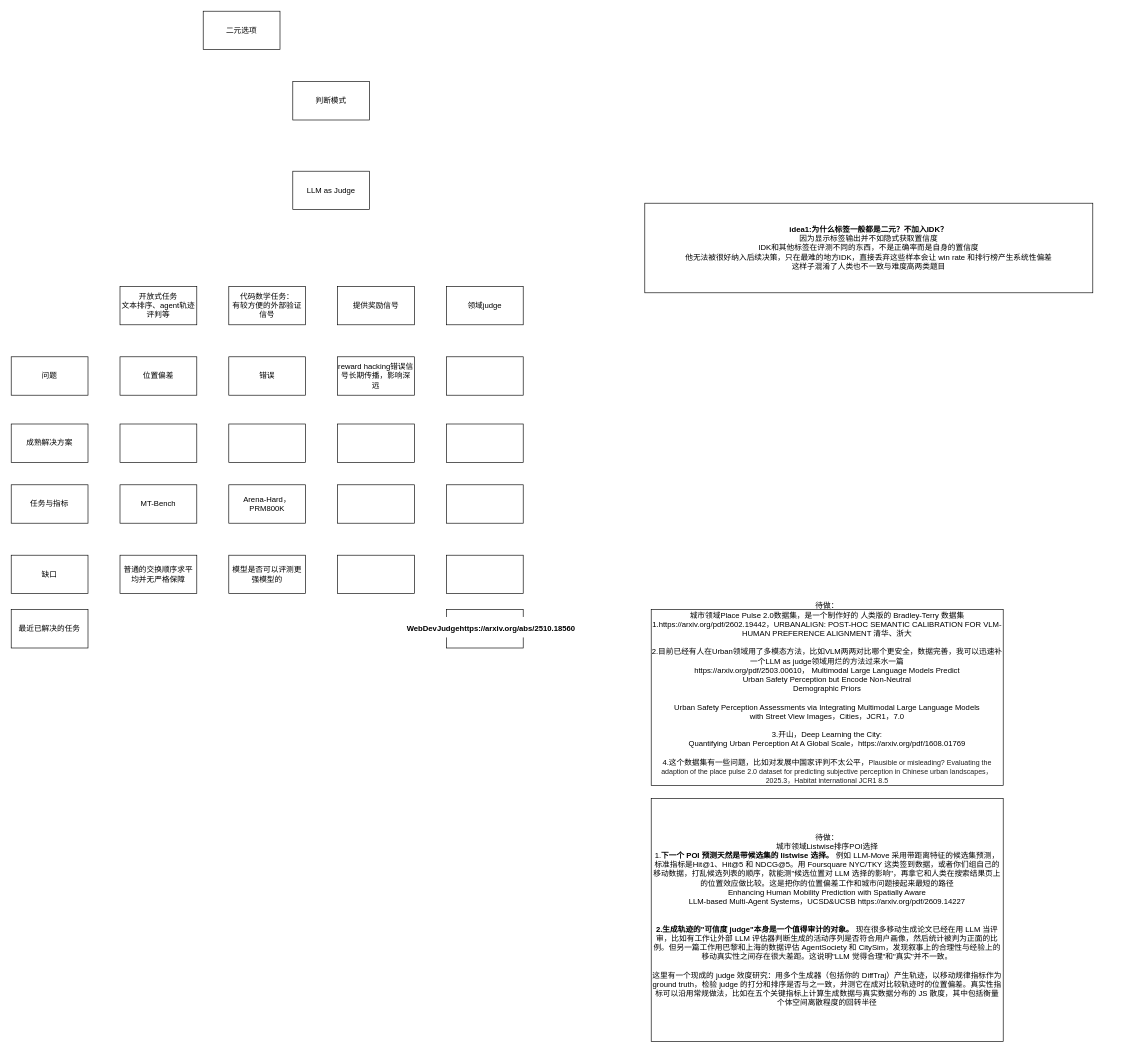
shawnguo327/Draw-io-cloud keeps this draw.io diagram as LLM as Judge整理.drawio. Above is the earlier version. Source tidied: cells renumbered, new cells numbered last; positions are measured from the earlier drawing's top-left corner, leaving out a move shared by most shapes. Both pictures are drawn from the tidied source at 64%, with x=0, y=0 at pixel (11, 11).
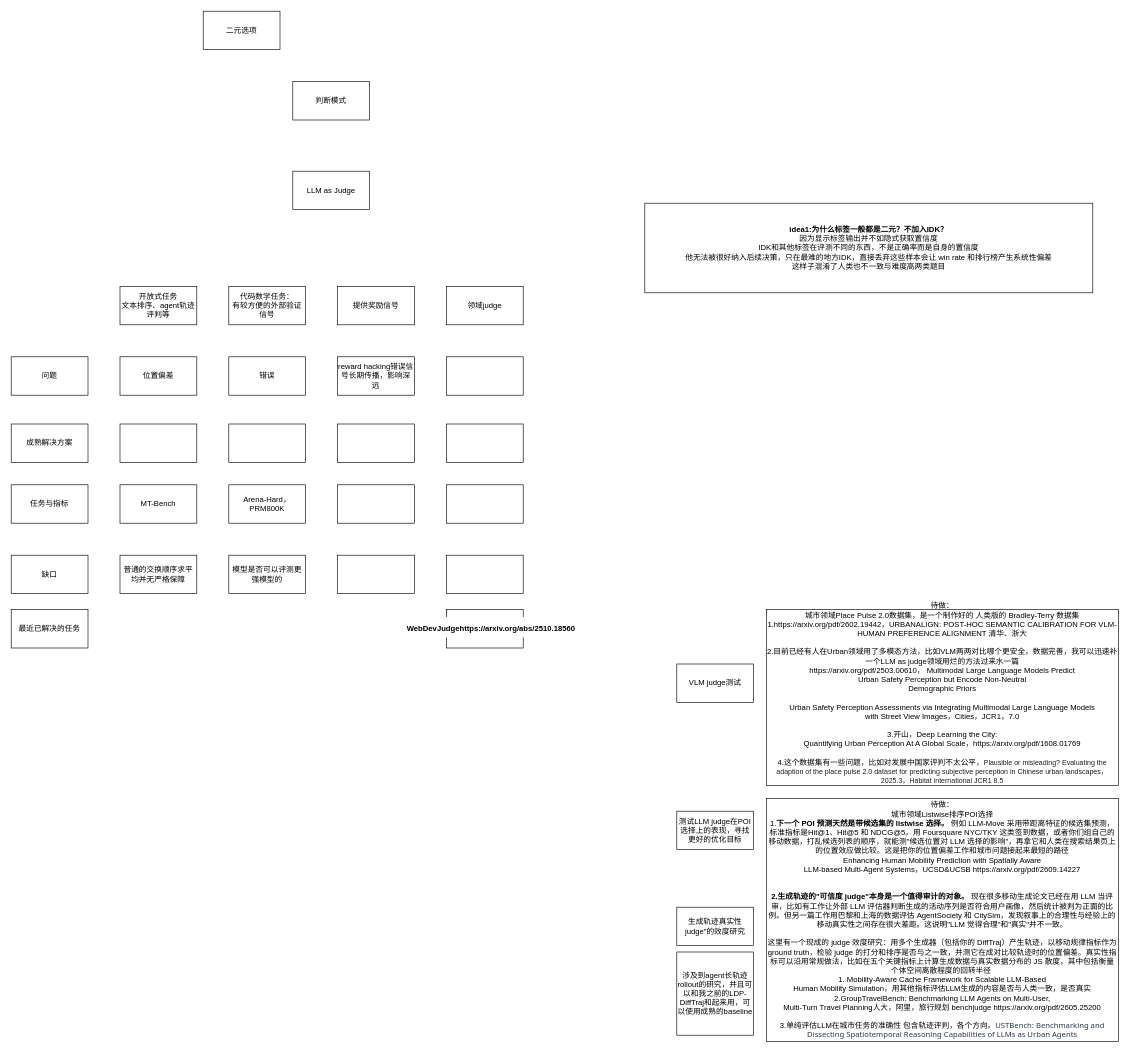
The same page after the edit.

Change to the diagram source:
```diff
@@
     <mxCell id="32" value="待做：&lt;div&gt;城市领域Place Pulse 2.0数据集，是一个制作好的 人类版的 Bradley-Terry 数据集&lt;br&gt;&lt;div&gt;&lt;span style=&quot;background-color: transparent; color: light-dark(#000000, var(--ge-light-color, #ffffff));&quot;&gt;1.&lt;/span&gt;&lt;span style=&quot;background-color: transparent; color: light-dark(#000000, var(--ge-light-color, #ffffff));&quot;&gt;https://arxiv.org/pdf/2602.19442，&lt;/span&gt;&lt;span style=&quot;background-color: transparent; color: light-dark(#000000, var(--ge-light-color, #ffffff));&quot;&gt;URBANALIGN: POST-HOC SEMANTIC CALIBRATION FOR VLM-HUMAN PREFERENCE ALIGNMENT 清华、浙大&lt;/span&gt;&lt;/div&gt;&lt;div&gt;&lt;br&gt;&lt;/div&gt;&lt;div&gt;2.&lt;span style=&quot;background-color: transparent; color: light-dark(#000000, var(--ge-light-color, #ffffff));&quot;&gt;目前已经有人在Urban领域用了多模态方法，比如VLM两两对比哪个更安全，数据完善，我可以迅速补一个LLM as judge领域用烂的方法过来水一篇&lt;/span&gt;&lt;/div&gt;&lt;div&gt;&lt;div&gt;https://arxiv.org/pdf/2503.00610，&amp;nbsp;&lt;span style=&quot;background-color: transparent; color: light-dark(#000000, var(--ge-light-color, #ffffff));&quot;&gt;Multimodal Large Language Models Predict&lt;br&gt;Urban Safety Perception but Encode Non-Neutral&lt;br&gt;Demographic Priors&lt;/span&gt;&lt;/div&gt;&lt;/div&gt;&lt;div&gt;&lt;span style=&quot;background-color: transparent; color: light-dark(#000000, var(--ge-light-color, #ffffff));&quot;&gt;&lt;br&gt;&lt;/span&gt;&lt;/div&gt;&lt;div&gt;Urban Safety Perception Assessments via Integrating Multimodal Large Language Models&lt;br/&gt;with Street View Images，Cities，JCR1，7.0&lt;span style=&quot;background-color: transparent; color: light-dark(#000000, var(--ge-light-color, #ffffff));&quot;&gt;&lt;/span&gt;&lt;/div&gt;&lt;div&gt;&lt;span style=&quot;background-color: transparent; color: light-dark(#000000, var(--ge-light-color, #ffffff));&quot;&gt;&lt;br&gt;&lt;/span&gt;&lt;/div&gt;&lt;div&gt;&lt;span style=&quot;background-color: transparent; color: light-dark(#000000, var(--ge-light-color, #ffffff));&quot;&gt;3.开山，&lt;/span&gt;&lt;span style=&quot;background-color: transparent; color: light-dark(#000000, var(--ge-light-color, #ffffff));&quot;&gt;Deep Learning the City:&lt;br&gt;Quantifying Urban Perception At A Global Scale，&lt;/span&gt;&lt;span style=&quot;background-color: transparent; color: light-dark(#000000, var(--ge-light-color, #ffffff));&quot;&gt;https://arxiv.org/pdf/1608.01769&lt;/span&gt;&lt;/div&gt;&lt;div&gt;&lt;span style=&quot;background-color: transparent; color: light-dark(#000000, var(--ge-light-color, #ffffff));&quot;&gt;&lt;br&gt;&lt;/span&gt;&lt;/div&gt;&lt;div&gt;&lt;span style=&quot;background-color: transparent; color: light-dark(#000000, var(--ge-light-color, #ffffff));&quot;&gt;4.这个数据集有一些问题，比如对发展中国家评判不太公平，&lt;/span&gt;&lt;span style=&quot;font-size: 11px; background-color: rgb(255, 255, 255); color: rgb(31, 31, 31); text-align: start;&quot;&gt;Plausible or misleading? Evaluating the adaption of the place pulse 2.0 dataset for predicting subjective perception in Chinese urban landscapes，2025.3，Habitat international JCR1 8.5&lt;/span&gt;&lt;/div&gt;&lt;div&gt;&lt;br&gt;&lt;/div&gt;&lt;/div&gt;" style="whiteSpace=wrap;html=1;" parent="1" vertex="1">
-      <mxGeometry x="1000" y="935" width="550" height="275" as="geometry" />
+      <mxGeometry x="1180" y="935" width="550" height="275" as="geometry" />
     </mxCell>
-    <mxCell id="33" value="待做：&lt;div&gt;城市领域Listwise排序POI选择&lt;br&gt;&lt;div&gt;1.&lt;strong style=&quot;background-color: transparent; color: light-dark(#000000, var(--ge-light-color, #ffffff));&quot;&gt;下一个 POI 预测天然是带候选集的 listwise 选择。&lt;/strong&gt;&lt;span style=&quot;background-color: transparent; color: light-dark(#000000, var(--ge-light-color, #ffffff));&quot;&gt; 例如 LLM-Move 采用带距离特征的候选集预测，标准指标是Hit@1、Hit@5 和 NDCG@5。用 Foursquare NYC/TKY 这类签到数据，或者你们组自己的移动数据，打乱候选列表的顺序，就能测&quot;候选位置对 LLM 选择的影响&quot;，再拿它和人类在搜索结果页上的位置效应做比较。这是把你的位置偏差工作和城市问题接起来最短的路径&lt;/span&gt;&lt;/div&gt;&lt;/div&gt;&lt;div&gt;Enhancing Human Mobility Prediction with Spatially Aware&lt;br&gt;LLM-based Multi-Agent Systems，UCSD&amp;amp;UCSB&amp;nbsp;https://arxiv.org/pdf/2609.14227&lt;span style=&quot;background-color: transparent; color: light-dark(#000000, var(--ge-light-color, #ffffff));&quot;&gt;&lt;/span&gt;&lt;/div&gt;&lt;div&gt;&lt;br&gt;&lt;/div&gt;&lt;div&gt;&lt;br&gt;&lt;/div&gt;&lt;div&gt;&lt;strong&gt;2.生成轨迹的&quot;可信度 judge&quot;本身是一个值得审计的对象。&lt;/strong&gt; 现在很多移动生成论文已经在用 LLM 当评审，比如有工作让外部 LLM 评估器判断生成的活动序列是否符合用户画像，然后统计被判为正面的比例。但另一篇工作用巴黎和上海的数据评估 AgentSociety 和 CitySim，发现叙事上的合理性与经验上的移动真实性之间存在很大差距。这说明&quot;LLM 觉得合理&quot;和&quot;真实&quot;并不一致。&lt;/div&gt;&lt;div&gt;&lt;br&gt;&lt;/div&gt;&lt;div&gt;这里有一个现成的 judge 效度研究：用多个生成器（包括你的 DiffTraj）产生轨迹，以移动规律指标作为 ground truth，检验 judge 的打分和排序是否与之一致，并测它在成对比较轨迹时的位置偏差。真实性指标可以沿用常规做法，比如在五个关键指标上计算生成数据与真实数据分布的 JS 散度，其中包括衡量个体空间离散程度的回转半径&lt;/div&gt;" style="whiteSpace=wrap;html=1;" parent="1" vertex="1">
-      <mxGeometry x="1000" y="1230" width="550" height="380" as="geometry" />
+    <mxCell id="33" value="待做：&lt;div&gt;城市领域Listwise排序POI选择&lt;br&gt;&lt;div&gt;1.&lt;strong style=&quot;background-color: transparent; color: light-dark(#000000, var(--ge-light-color, #ffffff));&quot;&gt;下一个 POI 预测天然是带候选集的 listwise 选择。&lt;/strong&gt;&lt;span style=&quot;background-color: transparent; color: light-dark(#000000, var(--ge-light-color, #ffffff));&quot;&gt; 例如 LLM-Move 采用带距离特征的候选集预测，标准指标是Hit@1、Hit@5 和 NDCG@5。用 Foursquare NYC/TKY 这类签到数据，或者你们组自己的移动数据，打乱候选列表的顺序，就能测&quot;候选位置对 LLM 选择的影响&quot;，再拿它和人类在搜索结果页上的位置效应做比较。这是把你的位置偏差工作和城市问题接起来最短的路径&lt;/span&gt;&lt;/div&gt;&lt;/div&gt;&lt;div&gt;Enhancing Human Mobility Prediction with Spatially Aware&lt;br&gt;LLM-based Multi-Agent Systems，UCSD&amp;amp;UCSB&amp;nbsp;https://arxiv.org/pdf/2609.14227&lt;span style=&quot;background-color: transparent; color: light-dark(#000000, var(--ge-light-color, #ffffff));&quot;&gt;&lt;/span&gt;&lt;/div&gt;&lt;div&gt;&lt;br&gt;&lt;/div&gt;&lt;div&gt;&lt;br&gt;&lt;/div&gt;&lt;div&gt;&lt;strong&gt;2.生成轨迹的&quot;可信度 judge&quot;本身是一个值得审计的对象。&lt;/strong&gt; 现在很多移动生成论文已经在用 LLM 当评审，比如有工作让外部 LLM 评估器判断生成的活动序列是否符合用户画像，然后统计被判为正面的比例。但另一篇工作用巴黎和上海的数据评估 AgentSociety 和 CitySim，发现叙事上的合理性与经验上的移动真实性之间存在很大差距。这说明&quot;LLM 觉得合理&quot;和&quot;真实&quot;并不一致。&lt;/div&gt;&lt;div&gt;&lt;br&gt;&lt;/div&gt;&lt;div&gt;这里有一个现成的 judge 效度研究：用多个生成器（包括你的 DiffTraj）产生轨迹，以移动规律指标作为 ground truth，检验 judge 的打分和排序是否与之一致，并测它在成对比较轨迹时的位置偏差。真实性指标可以沿用常规做法，比如在五个关键指标上计算生成数据与真实数据分布的 JS 散度，其中包括衡量个体空间离散程度的回转半径&amp;nbsp;&lt;/div&gt;&lt;div&gt;&lt;span style=&quot;background-color: transparent; color: light-dark(#000000, var(--ge-light-color, #ffffff));&quot;&gt;1. Mobility-Aware Cache Framework for Scalable LLM-Based&lt;br&gt;Human Mobility Simulation，用其他指标评估LLM生成的内容是否与人类一致，是否真实&lt;/span&gt;&lt;/div&gt;&lt;div&gt;&lt;span style=&quot;background-color: transparent; color: light-dark(#000000, var(--ge-light-color, #ffffff));&quot;&gt;2.GroupTravelBench: Benchmarking LLM Agents on Multi-User,&lt;br&gt;Multi-Turn Travel Planning&lt;/span&gt;&lt;span style=&quot;background-color: transparent;&quot;&gt;人大，阿里，旅行规划 benchjudge https://arxiv.org/pdf/2605.25200&lt;/span&gt;&lt;/div&gt;&lt;div&gt;&lt;span style=&quot;background-color: transparent;&quot;&gt;&lt;br&gt;&lt;/span&gt;&lt;/div&gt;&lt;div&gt;&lt;span style=&quot;background-color: transparent;&quot;&gt;3.单纯评估LLM在城市任务的准确性 包含轨迹评判，各个方向。&lt;/span&gt;&lt;span style=&quot;background-color: transparent; color: rgb(45, 55, 72); font-family: system-ui, -apple-system, &amp;quot;Segoe UI&amp;quot;, Roboto, &amp;quot;Helvetica Neue&amp;quot;, &amp;quot;Noto Sans&amp;quot;, &amp;quot;Liberation Sans&amp;quot;, Arial, sans-serif, &amp;quot;Apple Color Emoji&amp;quot;, &amp;quot;Segoe UI Emoji&amp;quot;, &amp;quot;Segoe UI Symbol&amp;quot;, &amp;quot;Noto Color Emoji&amp;quot;; text-align: start;&quot;&gt;USTBench: Benchmarking and Dissecting Spatiotemporal Reasoning Capabilities of LLMs as Urban Agents&lt;/span&gt;&lt;/div&gt;" style="whiteSpace=wrap;html=1;" parent="1" vertex="1">
+      <mxGeometry x="1180" y="1230" width="550" height="380" as="geometry" />
     </mxCell>
+    <mxCell id="34" value="VLM judge测试" style="rounded=0;whiteSpace=wrap;html=1;" parent="1" vertex="1">
+      <mxGeometry x="1040" y="1020" width="120" height="60" as="geometry" />
+    </mxCell>
+    <mxCell id="35" value="生成轨迹真实性 judge&quot;的效度研究" style="rounded=0;whiteSpace=wrap;html=1;" parent="1" vertex="1">
+      <mxGeometry x="1040" y="1400" width="120" height="60" as="geometry" />
+    </mxCell>
+    <mxCell id="36" value="涉及到agent长轨迹rollout的研究，并且可以和我之前的LDP-DiffTraj和起来用，可以使用成熟的baseline" style="rounded=0;whiteSpace=wrap;html=1;" parent="1" vertex="1">
+      <mxGeometry x="1040" y="1470" width="120" height="130" as="geometry" />
+    </mxCell>
+    <mxCell id="37" value="测试LLM judge在POI选择上的表现，寻找更好的优化目标" style="rounded=0;whiteSpace=wrap;html=1;" parent="1" vertex="1">
+      <mxGeometry x="1040" y="1250" width="120" height="60" as="geometry" />
+    </mxCell>
```
